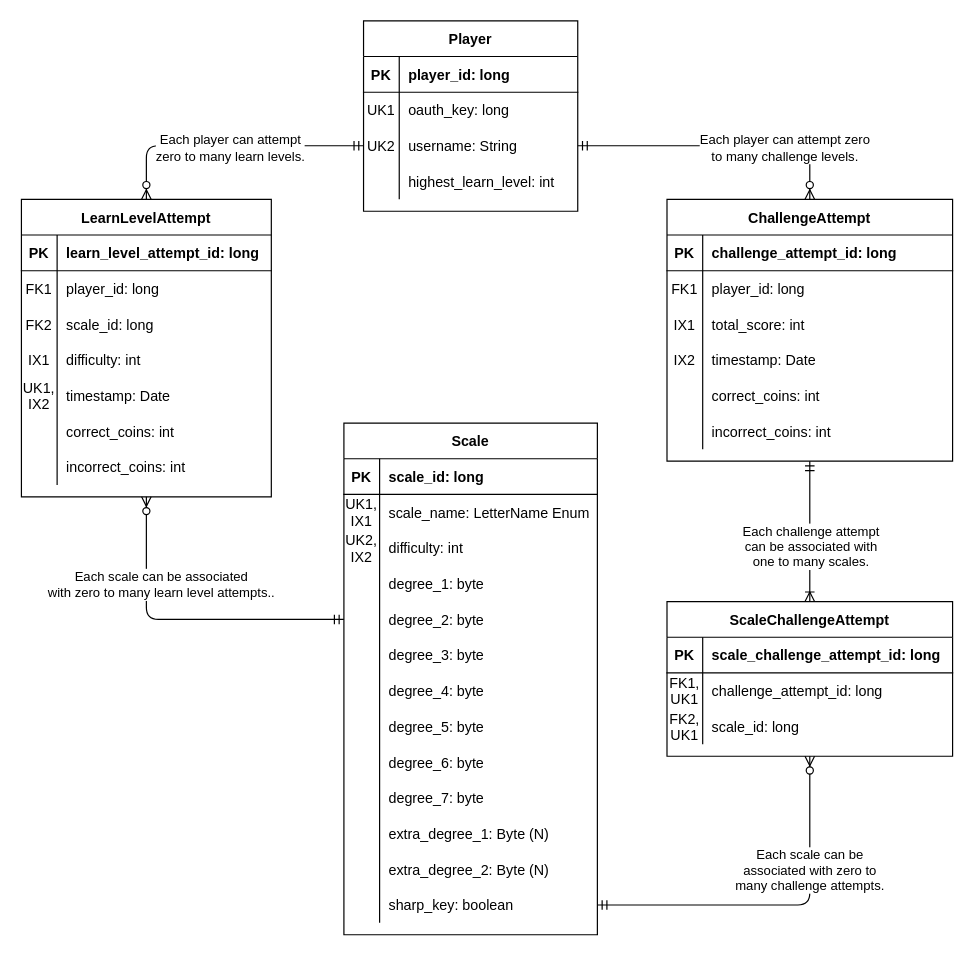
Above: docs/work/erd.drawio in lsteiner9/ScaleScroller (draw.io), before the change. Source tidied: cells renumbered, new cells numbered last; positions are measured from the earlier drawing's top-left corner, leaving out a move shared by most shapes. Both pictures are drawn from the tidied source at 119%, with x=0, y=0 at pixel (20, 20).
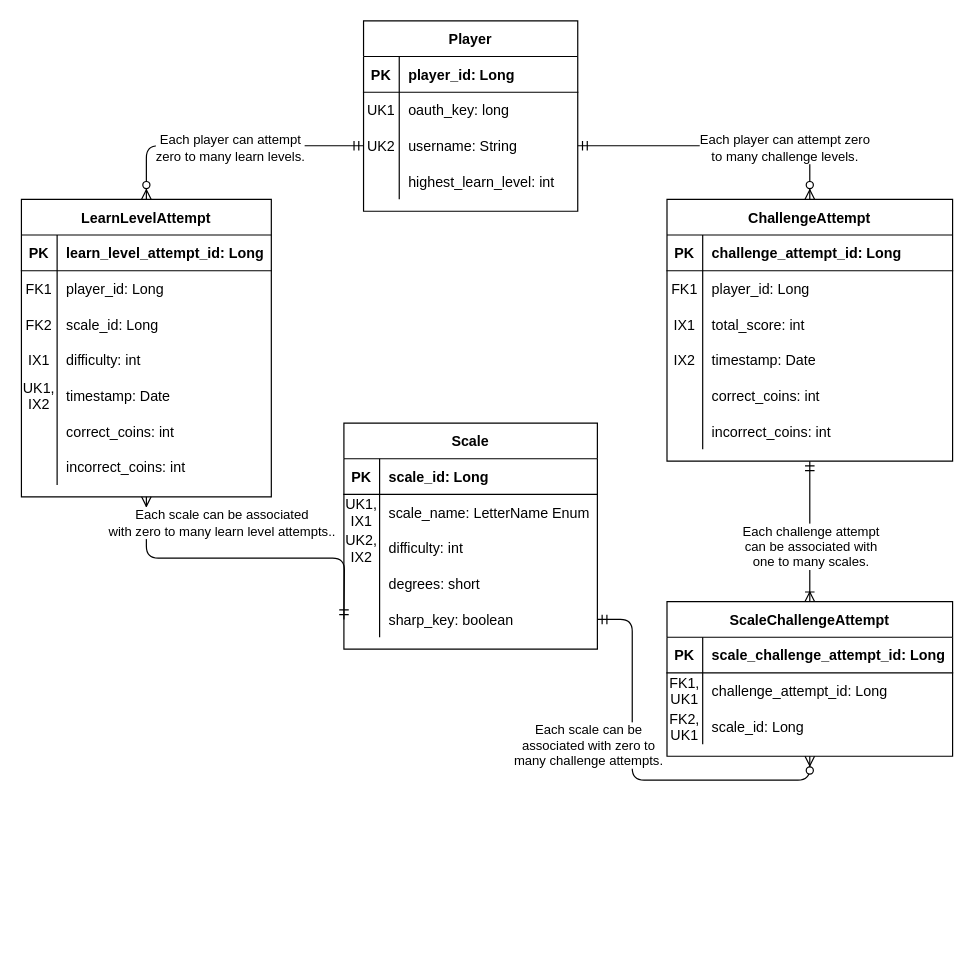
The same diagram, later.

The change refers to these unchanged cells:
```xml
<mxCell id="9" style="shape=partialRectangle;fillColor=none;top=0;left=0;bottom=1;right=0;" parent="8" vertex="1">
  <mxGeometry y="30" width="240" height="30" as="geometry" />
</mxCell>
<mxCell id="12" style="shape=partialRectangle;fillColor=none;top=0;left=0;bottom=0;right=0;" parent="8" vertex="1">
  <mxGeometry y="60" width="240" height="30" as="geometry" />
</mxCell>
<mxCell id="15" style="shape=partialRectangle;fillColor=none;top=0;left=0;bottom=0;right=0;" parent="8" vertex="1">
  <mxGeometry y="90" width="240" height="30" as="geometry" />
</mxCell>
<mxCell id="18" style="jettySize=auto;html=1;exitX=1;exitY=0.5;exitDx=0;exitDy=0;entryX=0.5;entryY=1;entryDx=0;entryDy=0;startArrow=ERmandOne;startFill=0;endArrow=ERzeroToMany;endFill=1;edgeStyle=orthogonalEdgeStyle;" parent="1" edge="1" source="59" target="8">
  <mxGeometry relative="1" as="geometry" />
</mxCell>
<mxCell id="23" style="shape=partialRectangle;fillColor=none;top=0;left=0;bottom=1;right=0;" parent="22" vertex="1">
  <mxGeometry y="30" width="213" height="30" as="geometry" />
</mxCell>
<mxCell id="32" style="shape=partialRectangle;fillColor=none;top=0;left=0;bottom=0;right=0;" parent="22" vertex="1">
  <mxGeometry y="120" width="213" height="30" as="geometry" />
</mxCell>
<mxCell id="62" value="LearnLevelAttempt" style="shape=table;startSize=30;childLayout=tableLayout;rowLines=0;fontStyle=1;align=center;" parent="1" vertex="1">
  <mxGeometry x="0.5" y="150" width="210" height="250" as="geometry" />
</mxCell>
<mxCell id="63" style="shape=partialRectangle;fillColor=none;top=0;left=0;bottom=1;right=0;" parent="62" vertex="1">
  <mxGeometry y="30" width="210" height="30" as="geometry" />
</mxCell>
<mxCell id="66" style="shape=partialRectangle;fillColor=none;top=0;left=0;bottom=0;right=0;" parent="62" vertex="1">
  <mxGeometry y="60" width="210" height="30" as="geometry" />
</mxCell>
<mxCell id="69" style="shape=partialRectangle;fillColor=none;top=0;left=0;bottom=0;right=0;" parent="62" vertex="1">
  <mxGeometry y="90" width="210" height="30" as="geometry" />
</mxCell>
<mxCell id="85" style="shape=partialRectangle;fillColor=none;top=0;left=0;bottom=1;right=0;" parent="84" vertex="1">
  <mxGeometry y="30" width="180" height="30" as="geometry" />
</mxCell>
<mxCell id="98" style="shape=partialRectangle;fillColor=none;top=0;left=0;bottom=1;right=0;" parent="97" vertex="1">
  <mxGeometry y="30" width="240" height="30" as="geometry" />
</mxCell>
<mxCell id="101" style="shape=partialRectangle;fillColor=none;top=0;left=0;bottom=0;right=0;" parent="97" vertex="1">
  <mxGeometry y="60" width="240" height="30" as="geometry" />
</mxCell>
```

What changed in the source:
```diff
@@
-    <mxCell id="2" style="edgeStyle=orthogonalEdgeStyle;jettySize=auto;html=1;endArrow=ERmandOne;endFill=0;startArrow=ERzeroToMany;startFill=1;exitX=0.5;exitY=1;exitDx=0;exitDy=0;entryX=0;entryY=0.5;entryDx=0;entryDy=0;rounded=1;" parent="1" edge="1" source="62" target="35">
-      <mxGeometry relative="1" as="geometry" />
+    <mxCell id="2" style="edgeStyle=orthogonalEdgeStyle;jettySize=auto;html=1;endArrow=ERmandOne;endFill=0;startArrow=ERzeroToMany;startFill=1;exitX=0.5;exitY=1;exitDx=0;exitDy=0;entryX=0;entryY=0.5;entryDx=0;entryDy=0;rounded=1;" parent="1" edge="1" source="62">
+      <mxGeometry relative="1" as="geometry">
+        <mxPoint x="271.5" y="503" as="targetPoint" />
+      </mxGeometry>
     </mxCell>
@@
-    <mxCell id="11" value="scale_challenge_attempt_id: long" style="shape=partialRectangle;fillColor=none;top=0;left=0;bottom=0;right=0;align=left;spacingLeft=6;fontStyle=1;overflow=hidden;" parent="9" vertex="1">
+    <mxCell id="11" value="scale_challenge_attempt_id: Long" style="shape=partialRectangle;fillColor=none;top=0;left=0;bottom=0;right=0;align=left;spacingLeft=6;fontStyle=1;overflow=hidden;" parent="9" vertex="1">
       <mxGeometry x="30" width="210" height="30" as="geometry" />
     </mxCell>
@@
-    <mxCell id="14" value="challenge_attempt_id: long" style="shape=partialRectangle;fillColor=none;top=0;left=0;bottom=0;right=0;align=left;spacingLeft=6;overflow=hidden;fontStyle=0;" parent="12" vertex="1">
+    <mxCell id="14" value="challenge_attempt_id: Long" style="shape=partialRectangle;fillColor=none;top=0;left=0;bottom=0;right=0;align=left;spacingLeft=6;overflow=hidden;fontStyle=0;" parent="12" vertex="1">
       <mxGeometry x="30" width="210" height="30" as="geometry" />
     </mxCell>
@@
-    <mxCell id="17" value="scale_id: long" style="shape=partialRectangle;fillColor=none;top=0;left=0;bottom=0;right=0;align=left;spacingLeft=6;overflow=hidden;" parent="15" vertex="1">
+    <mxCell id="17" value="scale_id: Long" style="shape=partialRectangle;fillColor=none;top=0;left=0;bottom=0;right=0;align=left;spacingLeft=6;overflow=hidden;" parent="15" vertex="1">
       <mxGeometry x="30" width="210" height="30" as="geometry" />
     </mxCell>
@@
     <mxCell id="19" value="Each scale can be &lt;br&gt;associated with zero to &lt;br&gt;many challenge attempts." style="edgeLabel;html=1;align=center;verticalAlign=middle;" parent="18" vertex="1">
-      <mxGeometry x="0.17" y="30" relative="1" as="geometry" />
+      <mxGeometry x="0.17" y="30" relative="1" as="geometry">
+        <mxPoint x="-68.5" as="offset" />
+      </mxGeometry>
     </mxCell>
@@
     <mxCell id="22" value="Scale" style="shape=table;startSize=30;childLayout=tableLayout;rowLines=0;fontStyle=1;align=center;" parent="1" vertex="1">
-      <mxGeometry x="271.5" y="338" width="213" height="430" as="geometry" />
+      <mxGeometry x="271.5" y="338" width="213" height="190" as="geometry" />
     </mxCell>
@@
-    <mxCell id="25" value="scale_id: long" style="shape=partialRectangle;fillColor=none;top=0;left=0;bottom=0;right=0;align=left;spacingLeft=6;fontStyle=1;overflow=hidden;" parent="23" vertex="1">
+    <mxCell id="25" value="scale_id: Long" style="shape=partialRectangle;fillColor=none;top=0;left=0;bottom=0;right=0;align=left;spacingLeft=6;fontStyle=1;overflow=hidden;" parent="23" vertex="1">
       <mxGeometry x="30" width="183" height="30" as="geometry" />
     </mxCell>
@@
-    <mxCell id="34" value="degree_1: byte" style="shape=partialRectangle;fillColor=none;top=0;left=0;bottom=0;right=0;align=left;spacingLeft=6;overflow=hidden;" parent="32" vertex="1">
+    <mxCell id="34" value="degrees: short" style="shape=partialRectangle;fillColor=none;top=0;left=0;bottom=0;right=0;align=left;spacingLeft=6;overflow=hidden;" parent="32" vertex="1">
       <mxGeometry x="30" width="183" height="30" as="geometry" />
     </mxCell>
-    <mxCell id="35" style="shape=partialRectangle;fillColor=none;top=0;left=0;bottom=0;right=0;points=[[0,0.5],[1,0.5]];portConstraint=eastwest;" parent="22" vertex="1">
-      <mxGeometry y="150" width="213" height="30" as="geometry" />
-    </mxCell>
-    <mxCell id="36" style="shape=partialRectangle;fillColor=none;top=0;left=0;bottom=0;right=0;overflow=hidden;" parent="35" vertex="1">
-      <mxGeometry width="30" height="30" as="geometry" />
-    </mxCell>
-    <mxCell id="37" value="degree_2: byte" style="shape=partialRectangle;fillColor=none;top=0;left=0;bottom=0;right=0;align=left;spacingLeft=6;overflow=hidden;" parent="35" vertex="1">
-      <mxGeometry x="30" width="183" height="30" as="geometry" />
-    </mxCell>
-    <mxCell id="38" style="shape=partialRectangle;fillColor=none;top=0;left=0;bottom=0;right=0;" parent="22" vertex="1">
-      <mxGeometry y="180" width="213" height="30" as="geometry" />
-    </mxCell>
-    <mxCell id="39" style="shape=partialRectangle;fillColor=none;top=0;left=0;bottom=0;right=0;overflow=hidden;" parent="38" vertex="1">
-      <mxGeometry width="30" height="30" as="geometry" />
-    </mxCell>
-    <mxCell id="40" value="degree_3: byte" style="shape=partialRectangle;fillColor=none;top=0;left=0;bottom=0;right=0;align=left;spacingLeft=6;overflow=hidden;" parent="38" vertex="1">
-      <mxGeometry x="30" width="183" height="30" as="geometry" />
-    </mxCell>
-    <mxCell id="41" style="shape=partialRectangle;fillColor=none;top=0;left=0;bottom=0;right=0;" parent="22" vertex="1">
-      <mxGeometry y="210" width="213" height="30" as="geometry" />
-    </mxCell>
-    <mxCell id="42" style="shape=partialRectangle;fillColor=none;top=0;left=0;bottom=0;right=0;overflow=hidden;" parent="41" vertex="1">
-      <mxGeometry width="30" height="30" as="geometry" />
-    </mxCell>
-    <mxCell id="43" value="degree_4: byte" style="shape=partialRectangle;fillColor=none;top=0;left=0;bottom=0;right=0;align=left;spacingLeft=6;overflow=hidden;" parent="41" vertex="1">
-      <mxGeometry x="30" width="183" height="30" as="geometry" />
-    </mxCell>
-    <mxCell id="44" style="shape=partialRectangle;fillColor=none;top=0;left=0;bottom=0;right=0;" parent="22" vertex="1">
-      <mxGeometry y="240" width="213" height="30" as="geometry" />
-    </mxCell>
-    <mxCell id="45" style="shape=partialRectangle;fillColor=none;top=0;left=0;bottom=0;right=0;overflow=hidden;" parent="44" vertex="1">
-      <mxGeometry width="30" height="30" as="geometry" />
-    </mxCell>
-    <mxCell id="46" value="degree_5: byte" style="shape=partialRectangle;fillColor=none;top=0;left=0;bottom=0;right=0;align=left;spacingLeft=6;overflow=hidden;" parent="44" vertex="1">
-      <mxGeometry x="30" width="183" height="30" as="geometry" />
-    </mxCell>
-    <mxCell id="47" style="shape=partialRectangle;fillColor=none;top=0;left=0;bottom=0;right=0;" parent="22" vertex="1">
-      <mxGeometry y="270" width="213" height="30" as="geometry" />
-    </mxCell>
-    <mxCell id="48" style="shape=partialRectangle;fillColor=none;top=0;left=0;bottom=0;right=0;overflow=hidden;" parent="47" vertex="1">
-      <mxGeometry width="30" height="30" as="geometry" />
-    </mxCell>
-    <mxCell id="49" value="degree_6: byte" style="shape=partialRectangle;fillColor=none;top=0;left=0;bottom=0;right=0;align=left;spacingLeft=6;overflow=hidden;" parent="47" vertex="1">
-      <mxGeometry x="30" width="183" height="30" as="geometry" />
-    </mxCell>
-    <mxCell id="50" style="shape=partialRectangle;fillColor=none;top=0;left=0;bottom=0;right=0;" parent="22" vertex="1">
-      <mxGeometry y="300" width="213" height="30" as="geometry" />
-    </mxCell>
-    <mxCell id="51" style="shape=partialRectangle;fillColor=none;top=0;left=0;bottom=0;right=0;overflow=hidden;" parent="50" vertex="1">
-      <mxGeometry width="30" height="30" as="geometry" />
-    </mxCell>
-    <mxCell id="52" value="degree_7: byte" style="shape=partialRectangle;fillColor=none;top=0;left=0;bottom=0;right=0;align=left;spacingLeft=6;overflow=hidden;" parent="50" vertex="1">
-      <mxGeometry x="30" width="183" height="30" as="geometry" />
-    </mxCell>
-    <mxCell id="53" style="shape=partialRectangle;fillColor=none;top=0;left=0;bottom=0;right=0;" parent="22" vertex="1">
-      <mxGeometry y="330" width="213" height="30" as="geometry" />
-    </mxCell>
-    <mxCell id="54" style="shape=partialRectangle;fillColor=none;top=0;left=0;bottom=0;right=0;overflow=hidden;" parent="53" vertex="1">
-      <mxGeometry width="30" height="30" as="geometry" />
-    </mxCell>
-    <mxCell id="55" value="extra_degree_1: Byte (N)" style="shape=partialRectangle;fillColor=none;top=0;left=0;bottom=0;right=0;align=left;spacingLeft=6;overflow=hidden;" parent="53" vertex="1">
-      <mxGeometry x="30" width="183" height="30" as="geometry" />
-    </mxCell>
-    <mxCell id="56" style="shape=partialRectangle;fillColor=none;top=0;left=0;bottom=0;right=0;" parent="22" vertex="1">
-      <mxGeometry y="360" width="213" height="30" as="geometry" />
-    </mxCell>
-    <mxCell id="57" style="shape=partialRectangle;fillColor=none;top=0;left=0;bottom=0;right=0;overflow=hidden;" parent="56" vertex="1">
-      <mxGeometry width="30" height="30" as="geometry" />
-    </mxCell>
-    <mxCell id="58" value="extra_degree_2: Byte (N)" style="shape=partialRectangle;fillColor=none;top=0;left=0;bottom=0;right=0;align=left;spacingLeft=6;overflow=hidden;" parent="56" vertex="1">
-      <mxGeometry x="30" width="183" height="30" as="geometry" />
-    </mxCell>
     <mxCell id="59" style="shape=partialRectangle;fillColor=none;top=0;left=0;bottom=0;right=0;points=[[0,0.5],[1,0.5]];portConstraint=eastwest;" parent="22" vertex="1">
-      <mxGeometry y="390" width="213" height="30" as="geometry" />
+      <mxGeometry y="150" width="213" height="30" as="geometry" />
     </mxCell>
@@
-    <mxCell id="65" value="learn_level_attempt_id: long" style="shape=partialRectangle;fillColor=none;top=0;left=0;bottom=0;right=0;align=left;spacingLeft=6;fontStyle=1;overflow=hidden;" parent="63" vertex="1">
+    <mxCell id="65" value="learn_level_attempt_id: Long" style="shape=partialRectangle;fillColor=none;top=0;left=0;bottom=0;right=0;align=left;spacingLeft=6;fontStyle=1;overflow=hidden;" parent="63" vertex="1">
       <mxGeometry x="30" width="180" height="30" as="geometry" />
     </mxCell>
@@
-    <mxCell id="68" value="player_id: long" style="shape=partialRectangle;fillColor=none;top=0;left=0;bottom=0;right=0;align=left;spacingLeft=6;overflow=hidden;" parent="66" vertex="1">
+    <mxCell id="68" value="player_id: Long" style="shape=partialRectangle;fillColor=none;top=0;left=0;bottom=0;right=0;align=left;spacingLeft=6;overflow=hidden;" parent="66" vertex="1">
       <mxGeometry x="30" width="180" height="30" as="geometry" />
     </mxCell>
@@
-    <mxCell id="71" value="scale_id: long" style="shape=partialRectangle;fillColor=none;top=0;left=0;bottom=0;right=0;align=left;spacingLeft=6;overflow=hidden;" parent="69" vertex="1">
+    <mxCell id="71" value="scale_id: Long" style="shape=partialRectangle;fillColor=none;top=0;left=0;bottom=0;right=0;align=left;spacingLeft=6;overflow=hidden;" parent="69" vertex="1">
       <mxGeometry x="30" width="180" height="30" as="geometry" />
     </mxCell>
@@
-    <mxCell id="87" value="player_id: long" style="shape=partialRectangle;fillColor=none;top=0;left=0;bottom=0;right=0;align=left;spacingLeft=6;fontStyle=1;overflow=hidden;" parent="85" vertex="1">
+    <mxCell id="87" value="player_id: Long" style="shape=partialRectangle;fillColor=none;top=0;left=0;bottom=0;right=0;align=left;spacingLeft=6;fontStyle=1;overflow=hidden;" parent="85" vertex="1">
       <mxGeometry x="30" width="150" height="30" as="geometry" />
     </mxCell>
@@
-    <mxCell id="100" value="challenge_attempt_id: long" style="shape=partialRectangle;fillColor=none;top=0;left=0;bottom=0;right=0;align=left;spacingLeft=6;fontStyle=1;overflow=hidden;" parent="98" vertex="1">
+    <mxCell id="100" value="challenge_attempt_id: Long" style="shape=partialRectangle;fillColor=none;top=0;left=0;bottom=0;right=0;align=left;spacingLeft=6;fontStyle=1;overflow=hidden;" parent="98" vertex="1">
       <mxGeometry x="30" width="210" height="30" as="geometry" />
     </mxCell>
@@
-    <mxCell id="103" value="player_id: long" style="shape=partialRectangle;fillColor=none;top=0;left=0;bottom=0;right=0;align=left;spacingLeft=6;overflow=hidden;" parent="101" vertex="1">
+    <mxCell id="103" value="player_id: Long" style="shape=partialRectangle;fillColor=none;top=0;left=0;bottom=0;right=0;align=left;spacingLeft=6;overflow=hidden;" parent="101" vertex="1">
       <mxGeometry x="30" width="210" height="30" as="geometry" />
     </mxCell>
```
